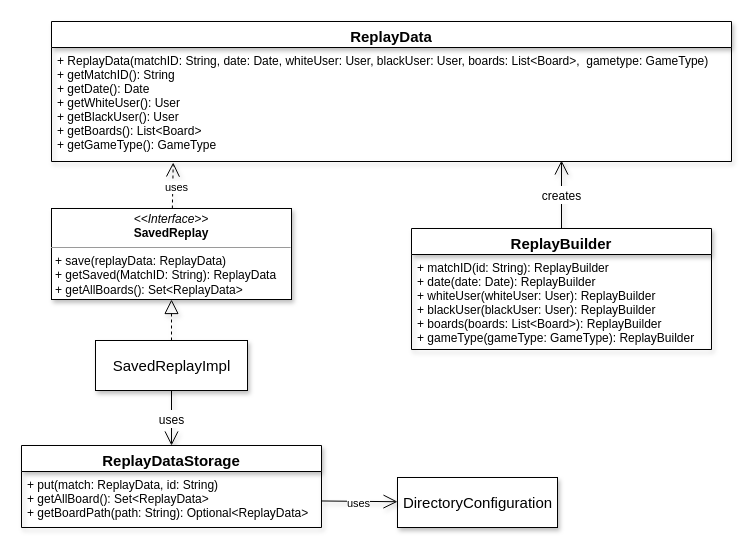
Above: page "Replay" (3 of 6) of report/UML TP.drawio in zucchero-sintattico/OOP20-Jhaturanga (draw.io), before the change. Source tidied: cells renumbered, new cells numbered last; positions are measured from the earlier drawing's top-left corner, leaving out a move shared by most shapes. Both pictures are drawn from the tidied source at 100%, with x=0, y=0 at pixel (21, 21).
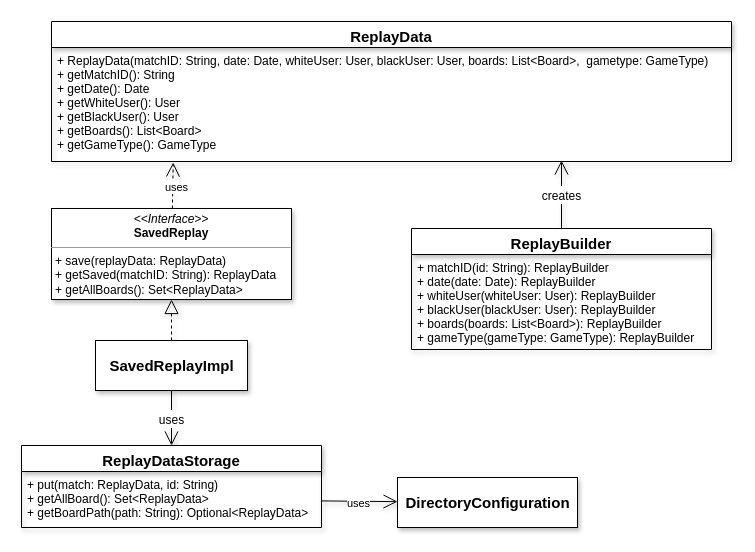
The same diagram, later.

The edit, as a diff of the source:
```diff
@@
-    <mxCell id="7" value="&lt;p style=&quot;margin: 0px ; margin-top: 4px ; text-align: center&quot;&gt;&lt;i&gt;&amp;lt;&amp;lt;Interface&amp;gt;&amp;gt;&lt;/i&gt;&lt;br&gt;&lt;b&gt;SavedReplay&lt;/b&gt;&lt;/p&gt;&lt;hr size=&quot;1&quot;&gt;&lt;p style=&quot;margin: 0px ; margin-left: 4px&quot;&gt;+ save(replayData: ReplayData)&lt;/p&gt;&lt;p style=&quot;margin: 0px ; margin-left: 4px&quot;&gt;+ getSaved(MatchID: String): ReplayData&lt;/p&gt;&lt;p style=&quot;margin: 0px ; margin-left: 4px&quot;&gt;+ getAllBoards(): Set&amp;lt;ReplayData&amp;gt;&lt;/p&gt;" style="verticalAlign=top;align=left;overflow=fill;fontSize=12;fontFamily=Helvetica;html=1;shadow=1;" parent="1" vertex="1">
+    <mxCell id="7" value="&lt;p style=&quot;margin: 0px ; margin-top: 4px ; text-align: center&quot;&gt;&lt;i&gt;&amp;lt;&amp;lt;Interface&amp;gt;&amp;gt;&lt;/i&gt;&lt;br&gt;&lt;b&gt;SavedReplay&lt;/b&gt;&lt;/p&gt;&lt;hr size=&quot;1&quot;&gt;&lt;p style=&quot;margin: 0px ; margin-left: 4px&quot;&gt;+ save(replayData: ReplayData)&lt;/p&gt;&lt;p style=&quot;margin: 0px ; margin-left: 4px&quot;&gt;+ getSaved(matchID: String): ReplayData&lt;/p&gt;&lt;p style=&quot;margin: 0px ; margin-left: 4px&quot;&gt;+ getAllBoards(): Set&amp;lt;ReplayData&amp;gt;&lt;/p&gt;" style="verticalAlign=top;align=left;overflow=fill;fontSize=12;fontFamily=Helvetica;html=1;shadow=1;" parent="1" vertex="1">
       <mxGeometry x="30" y="187" width="240" height="91" as="geometry" />
     </mxCell>
@@
-    <mxCell id="9" value="SavedReplayImpl&lt;br&gt;" style="html=1;fontSize=15;shadow=1;" parent="1" vertex="1">
+    <mxCell id="9" value="&lt;b&gt;SavedReplayImpl&lt;/b&gt;" style="html=1;fontSize=15;shadow=1;" parent="1" vertex="1">
       <mxGeometry x="74" y="319" width="152" height="50" as="geometry" />
     </mxCell>
-    <mxCell id="10" value="DirectoryConfiguration" style="html=1;fontSize=15;shadow=1;" parent="1" vertex="1">
-      <mxGeometry x="376" y="456" width="160" height="50" as="geometry" />
+    <mxCell id="10" value="&lt;b&gt;DirectoryConfiguration&lt;/b&gt;" style="html=1;fontSize=15;shadow=1;" parent="1" vertex="1">
+      <mxGeometry x="376" y="456" width="180" height="50" as="geometry" />
     </mxCell>
```
